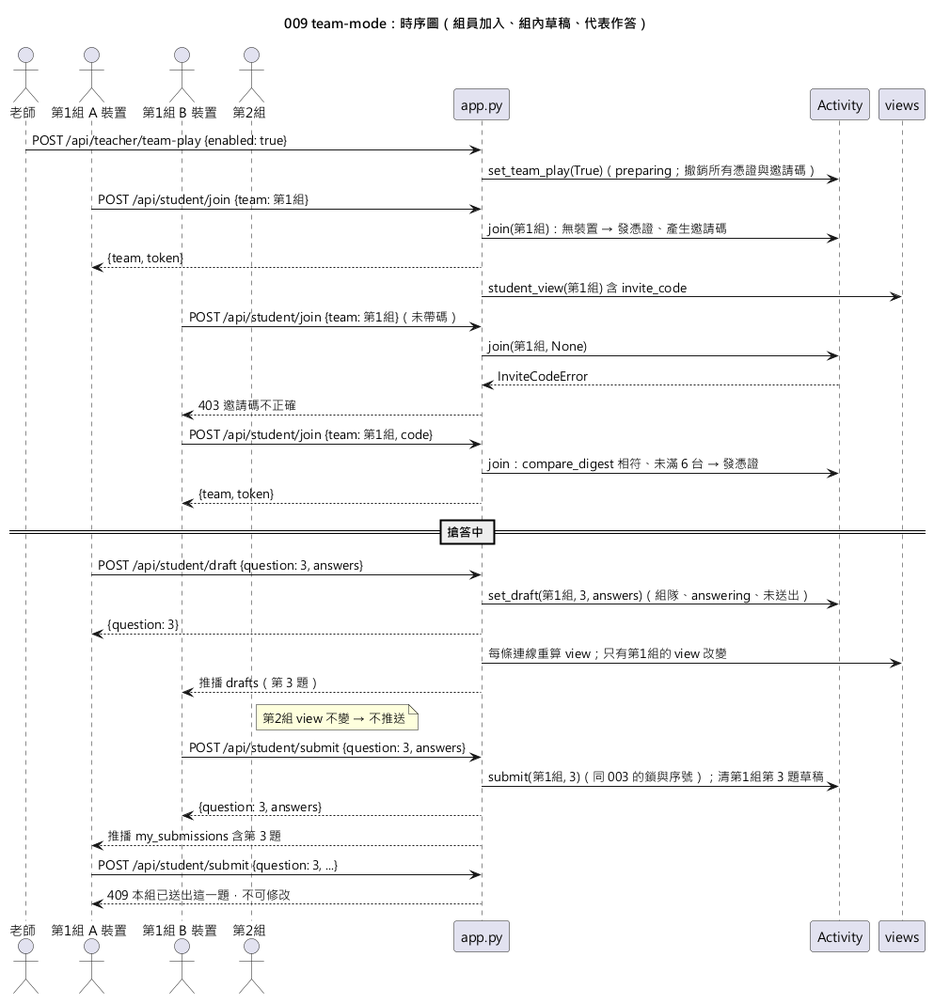
Earlier version of the PlantUML export diagrams/009-team-mode-sequence.png (yue083139/software_fin-speckit). Source of this version:
```plantuml
@startuml 009-team-mode-sequence
skinparamlocked defaultFontName Microsoft JhengHei
title 009 team-mode：時序圖（組員加入、組內草稿、代表作答）

actor "老師" as T
actor "第1組 A 裝置" as A
actor "第1組 B 裝置" as B
actor "第2組" as C
participant "app.py" as App
participant "Activity" as Act
participant "views" as V

T -> App : POST /api/teacher/team-play {enabled: true}
App -> Act : set_team_play(True)（preparing；撤銷所有憑證與邀請碼）
A -> App : POST /api/student/join {team: 第1組}
App -> Act : join(第1組)：無裝置 → 發憑證、產生邀請碼
App --> A : {team, token}
App -> V : student_view(第1組) 含 invite_code
B -> App : POST /api/student/join {team: 第1組}（未帶碼）
App -> Act : join(第1組, None)
Act --> App : InviteCodeError
App --> B : 403 邀請碼不正確
B -> App : POST /api/student/join {team: 第1組, code}
App -> Act : join：compare_digest 相符、未滿 6 台 → 發憑證
App --> B : {team, token}

== 搶答中 ==
A -> App : POST /api/student/draft {question: 3, answers}
App -> Act : set_draft(第1組, 3, answers)（組隊、answering、未送出）
App --> A : {question: 3}
App -> V : 每條連線重算 view；只有第1組的 view 改變
App --> B : 推播 drafts（第 3 題）
note right of C : 第2組 view 不變 → 不推送
B -> App : POST /api/student/submit {question: 3, answers}
App -> Act : submit(第1組, 3)（同 003 的鎖與序號）；清第1組第 3 題草稿
App --> B : {question: 3, answers}
App --> A : 推播 my_submissions 含第 3 題
A -> App : POST /api/student/submit {question: 3, ...}
App --> A : 409 本組已送出這一題，不可修改
@enduml
```
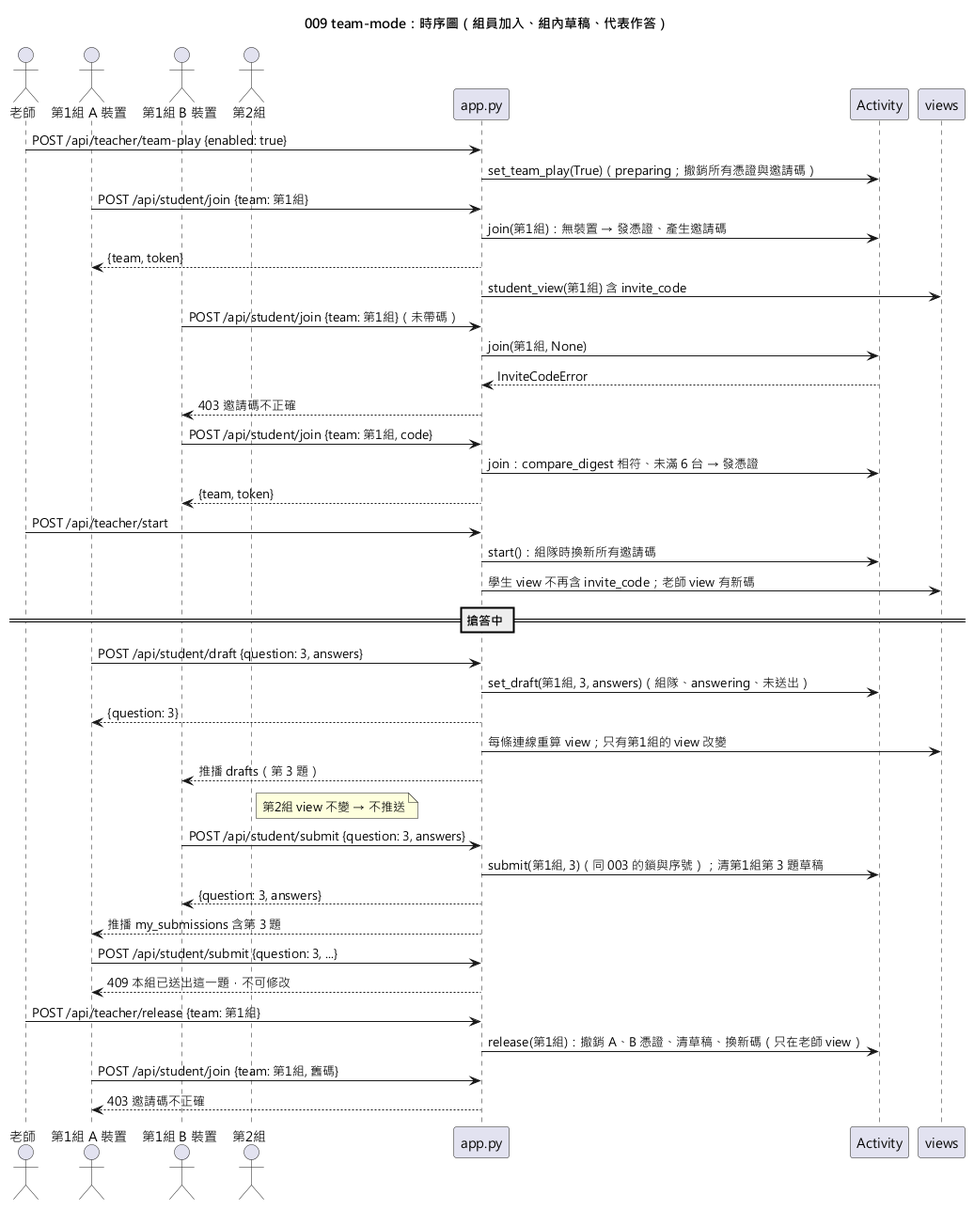
The same diagram one commit later.

Commit message:
docs(specs): 009 規格與圖表 v1.1（提案輪評審） [CORE]

Change to the diagram source:
```diff
@@ -24,6 +24,10 @@
 App -> Act : join：compare_digest 相符、未滿 6 台 → 發憑證
 App --> B : {team, token}
 
+T -> App : POST /api/teacher/start
+App -> Act : start()：組隊時換新所有邀請碼
+App -> V : 學生 view 不再含 invite_code；老師 view 有新碼
+
 == 搶答中 ==
 A -> App : POST /api/student/draft {question: 3, answers}
 App -> Act : set_draft(第1組, 3, answers)（組隊、answering、未送出）
@@ -37,4 +41,9 @@
 App --> A : 推播 my_submissions 含第 3 題
 A -> App : POST /api/student/submit {question: 3, ...}
 App --> A : 409 本組已送出這一題，不可修改
+
+T -> App : POST /api/teacher/release {team: 第1組}
+App -> Act : release(第1組)：撤銷 A、B 憑證、清草稿、換新碼（只在老師 view）
+A -> App : POST /api/student/join {team: 第1組, 舊碼}
+App --> A : 403 邀請碼不正確
 @enduml
```
